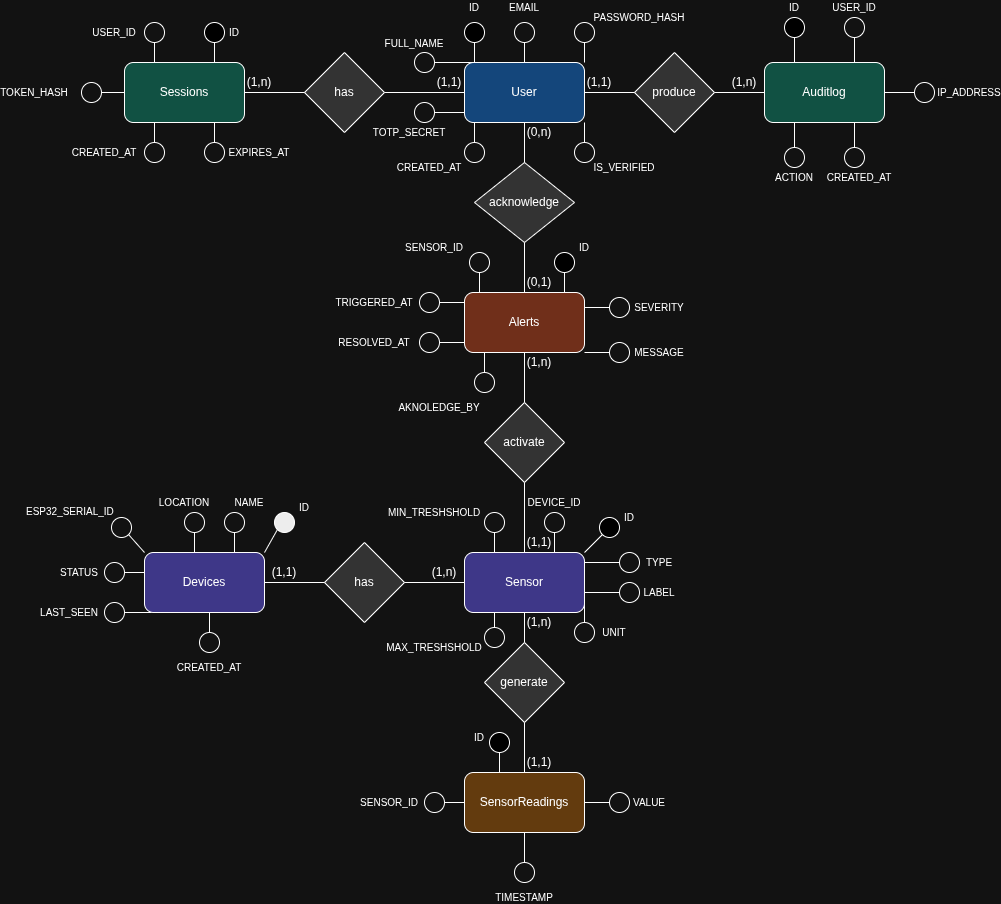
Above: web/db/scheme/ERscheme.png in Lor1290/CS-IoTAnnunzio (draw.io), before the change. Source tidied: cells renumbered, new cells last; positions are measured from the earlier drawing's top-left corner, leaving out a move shared by most shapes.
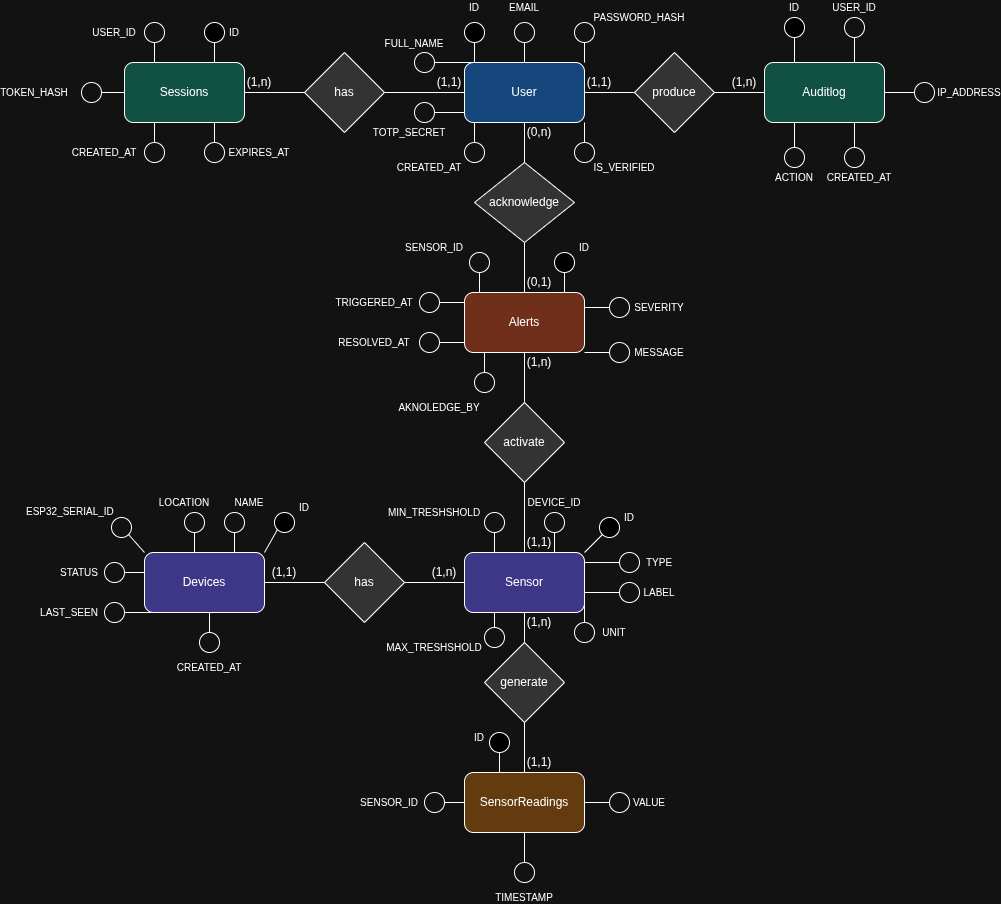
After the change.

Diff of the diagram source:
```diff
@@ -352,7 +352,7 @@
     <mxCell id="111" style="endArrow=none;html=1;rounded=0;exitX=0;exitY=1;exitDx=0;exitDy=0;entryX=1;entryY=0;entryDx=0;entryDy=0;" parent="1" edge="1" source="112" target="20">
       <mxGeometry relative="1" as="geometry" />
     </mxCell>
-    <mxCell id="112" style="ellipse;whiteSpace=wrap;html=1;fillColor=#000000;" parent="1" vertex="1">
+    <mxCell id="112" style="ellipse;whiteSpace=wrap;html=1;fillColor=light-dark(#000000,#000000);" parent="1" vertex="1">
       <mxGeometry x="250" y="510" width="20" height="20" as="geometry" />
     </mxCell>
     <mxCell id="113" value="&lt;font style=&quot;font-size: 10px;&quot;&gt;ID&lt;/font&gt;" style="text;html=1;whiteSpace=wrap;strokeColor=none;fillColor=none;align=center;verticalAlign=middle;rounded=0;" parent="1" vertex="1">
```
